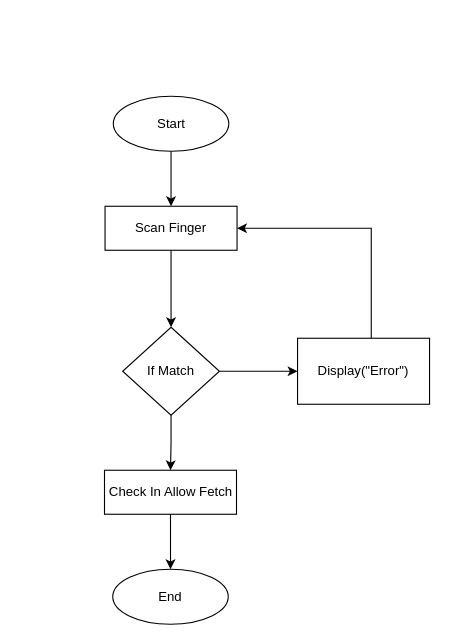
Earlier version of the draw.io diagram FLowChart/CheckOut_FlowChart.drawio (ApilLamsal/My-Work-For-Draw.io). Source tidied: cells renumbered, new cells numbered last; positions are measured from the earlier drawing's top-left corner, leaving out a move shared by most shapes. Both pictures are drawn from the tidied source at 110%, with x=0, y=0 at pixel (105, 96).
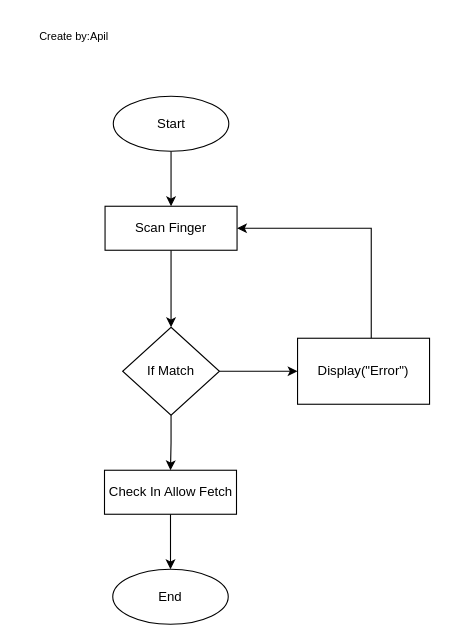
Above is the later version.

What changed in the source:
```diff
@@
 <mxGraphModel>
   <root>
     <mxCell id="0" />
     <mxCell id="1" parent="0" />
     <mxCell id="2" style="edgeStyle=orthogonalEdgeStyle;rounded=0;jettySize=auto;html=1;" parent="1" edge="1" source="3" target="9">
       <mxGeometry relative="1" as="geometry" />
     </mxCell>
     <mxCell id="3" value="Scan Finger" style="rounded=0;whiteSpace=wrap;html=1;" parent="1" vertex="1">
       <mxGeometry y="100" width="120" height="40" as="geometry" />
     </mxCell>
     <mxCell id="4" style="edgeStyle=orthogonalEdgeStyle;rounded=0;jettySize=auto;html=1;entryX=0.5;entryY=0;entryDx=0;entryDy=0;" parent="1" edge="1" source="5" target="6">
       <mxGeometry relative="1" as="geometry" />
     </mxCell>
     <mxCell id="5" value="Check In Allow Fetch" style="rounded=0;whiteSpace=wrap;html=1;" parent="1" vertex="1">
       <mxGeometry x="-0.5" y="340" width="120" height="40" as="geometry" />
     </mxCell>
     <mxCell id="6" value="End" style="ellipse;whiteSpace=wrap;html=1;" parent="1" vertex="1">
       <mxGeometry x="7" y="430" width="105" height="50" as="geometry" />
     </mxCell>
     <mxCell id="7" style="edgeStyle=orthogonalEdgeStyle;rounded=0;jettySize=auto;html=1;" parent="1" edge="1" source="9" target="11">
       <mxGeometry relative="1" as="geometry" />
     </mxCell>
     <mxCell id="8" style="edgeStyle=orthogonalEdgeStyle;rounded=0;jettySize=auto;html=1;entryX=0.5;entryY=0;entryDx=0;entryDy=0;" parent="1" edge="1" source="9" target="5">
       <mxGeometry relative="1" as="geometry" />
     </mxCell>
     <mxCell id="9" value="If Match" style="rhombus;whiteSpace=wrap;html=1;" parent="1" vertex="1">
       <mxGeometry x="16" y="210" width="88" height="80" as="geometry" />
     </mxCell>
     <mxCell id="10" style="edgeStyle=orthogonalEdgeStyle;rounded=0;jettySize=auto;html=1;entryX=1;entryY=0.5;entryDx=0;entryDy=0;" parent="1" edge="1" source="11" target="3">
       <mxGeometry relative="1" as="geometry">
         <Array as="points">
           <mxPoint x="242" y="120" />
         </Array>
       </mxGeometry>
     </mxCell>
     <mxCell id="11" value="Display(&quot;Error&quot;)" style="whiteSpace=wrap;html=1;" parent="1" vertex="1">
       <mxGeometry x="175" y="220" width="120" height="60" as="geometry" />
     </mxCell>
     <mxCell id="12" style="edgeStyle=orthogonalEdgeStyle;rounded=0;jettySize=auto;html=1;entryX=0.5;entryY=0;entryDx=0;entryDy=0;" parent="1" edge="1" source="13" target="3">
       <mxGeometry relative="1" as="geometry" />
     </mxCell>
     <mxCell id="13" value="Start" style="ellipse;whiteSpace=wrap;html=1;" parent="1" vertex="1">
       <mxGeometry x="7.5" width="105" height="50" as="geometry" />
     </mxCell>
+    <mxCell id="14" value="&lt;font style=&quot;font-size: 10px;&quot;&gt;Create by:Apil&lt;/font&gt;" style="text;html=1;strokeColor=none;fillColor=none;align=center;verticalAlign=middle;whiteSpace=wrap;rounded=0;fontSize=10;" parent="1" vertex="1">
+      <mxGeometry x="-78" y="-70" width="100" height="30" as="geometry" />
+    </mxCell>
   </root>
 </mxGraphModel>
```
